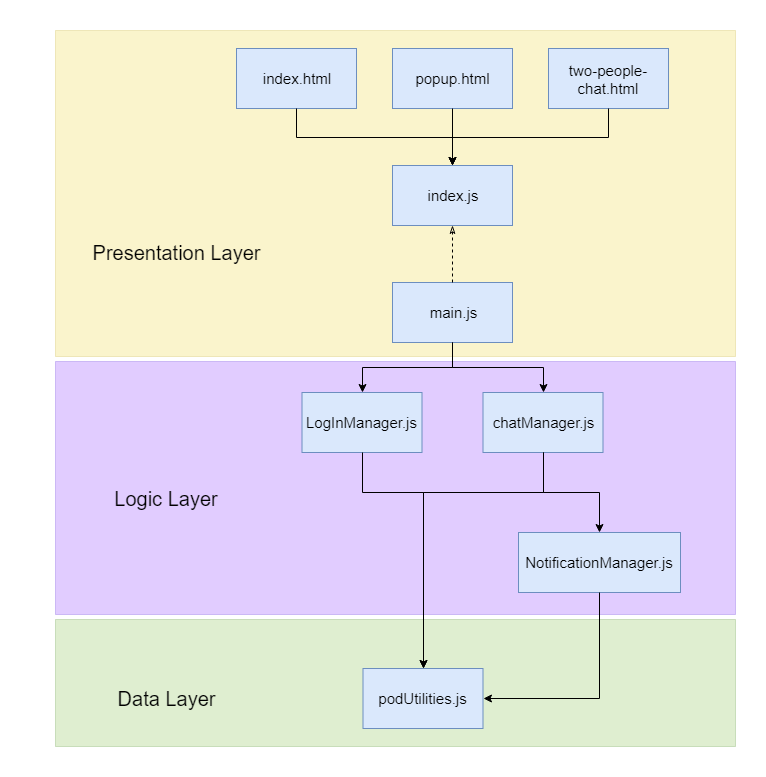
Above: adocs/images/tiers.png in Arquisoft/dechat_es5b (draw.io), before the change. Source tidied: cells renumbered, new cells last; positions are measured from the earlier drawing's top-left corner, leaving out a move shared by most shapes. Source of this version:
```xml
<mxGraphModel>
  <root>
    <mxCell id="0" />
    <mxCell id="1" parent="0" />
    <mxCell id="2" style="rounded=0;whiteSpace=wrap;html=1;fillColor=#60a917;strokeColor=#2D7600;fontColor=#ffffff;opacity=20;" parent="1" vertex="1">
      <mxGeometry x="25" y="589" width="680" height="127" as="geometry" />
    </mxCell>
    <mxCell id="3" style="rounded=0;whiteSpace=wrap;html=1;fillColor=#6a00ff;strokeColor=#3700CC;fontColor=#ffffff;opacity=20;" parent="1" vertex="1">
      <mxGeometry x="25" y="331" width="680" height="253" as="geometry" />
    </mxCell>
    <mxCell id="4" style="rounded=0;whiteSpace=wrap;html=1;fillColor=#e3c800;strokeColor=#B09500;fontColor=#ffffff;opacity=20;" parent="1" vertex="1">
      <mxGeometry x="25" width="680" height="326" as="geometry" />
    </mxCell>
    <mxCell id="5" value="&lt;font style=&quot;font-size: 15px&quot;&gt;main.js&lt;/font&gt;" style="rounded=0;whiteSpace=wrap;html=1;fillColor=#dae8fc;strokeColor=#6c8ebf;" parent="1" vertex="1">
      <mxGeometry x="362" y="252" width="120" height="60" as="geometry" />
    </mxCell>
    <mxCell id="6" value="&lt;font style=&quot;font-size: 15px&quot;&gt;LogInManager.js&lt;/font&gt;" style="rounded=0;whiteSpace=wrap;html=1;fillColor=#dae8fc;strokeColor=#6c8ebf;" parent="1" vertex="1">
      <mxGeometry x="271.5" y="362" width="120" height="60" as="geometry" />
    </mxCell>
    <mxCell id="7" value="&lt;font style=&quot;font-size: 15px&quot;&gt;chatManager.js&lt;/font&gt;" style="rounded=0;whiteSpace=wrap;html=1;fillColor=#dae8fc;strokeColor=#6c8ebf;" parent="1" vertex="1">
      <mxGeometry x="452.5" y="362" width="120" height="60" as="geometry" />
    </mxCell>
    <mxCell id="8" value="&lt;font style=&quot;font-size: 15px&quot;&gt;podUtilities.js&lt;/font&gt;" style="rounded=0;whiteSpace=wrap;html=1;fillColor=#dae8fc;strokeColor=#6c8ebf;" parent="1" vertex="1">
      <mxGeometry x="332.5" y="638" width="120" height="60" as="geometry" />
    </mxCell>
    <mxCell id="9" style="endArrow=classic;html=1;entryX=0.5;entryY=0;entryDx=0;entryDy=0;exitX=0.5;exitY=1;exitDx=0;exitDy=0;edgeStyle=orthogonalEdgeStyle;rounded=0;" parent="1" edge="1" source="5" target="6">
      <mxGeometry relative="1" as="geometry" />
    </mxCell>
    <mxCell id="10" style="endArrow=classic;html=1;entryX=0.5;entryY=0;entryDx=0;entryDy=0;exitX=0.5;exitY=1;exitDx=0;exitDy=0;edgeStyle=orthogonalEdgeStyle;rounded=0;" parent="1" edge="1" source="5" target="7">
      <mxGeometry relative="1" as="geometry" />
    </mxCell>
    <mxCell id="11" style="endArrow=classic;html=1;entryX=0.5;entryY=0;entryDx=0;entryDy=0;edgeStyle=orthogonalEdgeStyle;rounded=0;exitX=0.5;exitY=1;exitDx=0;exitDy=0;" parent="1" edge="1" source="7" target="8">
      <mxGeometry relative="1" as="geometry">
        <Array as="points">
          <mxPoint x="513" y="462" />
          <mxPoint x="393" y="462" />
        </Array>
      </mxGeometry>
    </mxCell>
    <mxCell id="12" style="endArrow=classic;html=1;entryX=0.5;entryY=0;entryDx=0;entryDy=0;edgeStyle=orthogonalEdgeStyle;rounded=0;exitX=0.5;exitY=1;exitDx=0;exitDy=0;" parent="1" edge="1" source="6" target="8">
      <mxGeometry relative="1" as="geometry">
        <Array as="points">
          <mxPoint x="332" y="462" />
          <mxPoint x="393" y="462" />
        </Array>
      </mxGeometry>
    </mxCell>
    <mxCell id="13" value="&lt;font style=&quot;font-size: 15px&quot;&gt;NotificationManager.js&lt;/font&gt;" style="rounded=0;whiteSpace=wrap;html=1;fillColor=#dae8fc;strokeColor=#6c8ebf;" parent="1" vertex="1">
      <mxGeometry x="488" y="502" width="162" height="60" as="geometry" />
    </mxCell>
    <mxCell id="14" style="endArrow=classic;html=1;entryX=0.5;entryY=0;entryDx=0;entryDy=0;edgeStyle=orthogonalEdgeStyle;rounded=0;exitX=0.5;exitY=1;exitDx=0;exitDy=0;" parent="1" edge="1" source="7" target="13">
      <mxGeometry relative="1" as="geometry" />
    </mxCell>
    <mxCell id="15" style="endArrow=classic;html=1;entryX=1;entryY=0.5;entryDx=0;entryDy=0;edgeStyle=orthogonalEdgeStyle;rounded=0;exitX=0.5;exitY=1;exitDx=0;exitDy=0;" parent="1" edge="1" source="13" target="8">
      <mxGeometry relative="1" as="geometry" />
    </mxCell>
    <mxCell id="16" value="&lt;font style=&quot;font-size: 15px&quot;&gt;index.html&lt;/font&gt;" style="rounded=0;whiteSpace=wrap;html=1;fillColor=#dae8fc;strokeColor=#6c8ebf;" parent="1" vertex="1">
      <mxGeometry x="206" y="18" width="120" height="60" as="geometry" />
    </mxCell>
    <mxCell id="17" value="&lt;font style=&quot;font-size: 15px&quot;&gt;popup.html&lt;/font&gt;" style="rounded=0;whiteSpace=wrap;html=1;fillColor=#dae8fc;strokeColor=#6c8ebf;" parent="1" vertex="1">
      <mxGeometry x="362" y="18" width="120" height="60" as="geometry" />
    </mxCell>
    <mxCell id="18" value="&lt;font style=&quot;font-size: 15px&quot;&gt;two-people-chat.html&lt;/font&gt;" style="rounded=0;whiteSpace=wrap;html=1;fillColor=#dae8fc;strokeColor=#6c8ebf;" parent="1" vertex="1">
      <mxGeometry x="518" y="18" width="120" height="60" as="geometry" />
    </mxCell>
    <mxCell id="19" value="&lt;font style=&quot;font-size: 15px&quot;&gt;index.js&lt;/font&gt;" style="rounded=0;whiteSpace=wrap;html=1;fillColor=#dae8fc;strokeColor=#6c8ebf;" parent="1" vertex="1">
      <mxGeometry x="362" y="135" width="120" height="60" as="geometry" />
    </mxCell>
    <mxCell id="20" style="endArrow=classicThin;html=1;entryX=0.5;entryY=1;entryDx=0;entryDy=0;exitX=0.5;exitY=0;exitDx=0;exitDy=0;dashed=1;endFill=0;" parent="1" edge="1" source="5" target="19">
      <mxGeometry relative="1" as="geometry" />
    </mxCell>
    <mxCell id="21" style="endArrow=classic;html=1;entryX=0.5;entryY=0;entryDx=0;entryDy=0;exitX=0.5;exitY=1;exitDx=0;exitDy=0;edgeStyle=orthogonalEdgeStyle;rounded=0;" parent="1" edge="1" source="16" target="19">
      <mxGeometry relative="1" as="geometry" />
    </mxCell>
    <mxCell id="22" style="endArrow=classic;html=1;entryX=0.5;entryY=0;entryDx=0;entryDy=0;exitX=0.5;exitY=1;exitDx=0;exitDy=0;edgeStyle=orthogonalEdgeStyle;rounded=0;" parent="1" edge="1" source="17" target="19">
      <mxGeometry relative="1" as="geometry" />
    </mxCell>
    <mxCell id="23" style="endArrow=classic;html=1;entryX=0.5;entryY=0;entryDx=0;entryDy=0;exitX=0.5;exitY=1;exitDx=0;exitDy=0;edgeStyle=orthogonalEdgeStyle;rounded=0;" parent="1" edge="1" source="18" target="19">
      <mxGeometry relative="1" as="geometry" />
    </mxCell>
    <mxCell id="24" value="Presentation Layer" style="text;html=1;strokeColor=none;fillColor=none;align=center;verticalAlign=middle;whiteSpace=wrap;rounded=0;opacity=20;fontSize=20;" parent="1" vertex="1">
      <mxGeometry y="212" width="291" height="20" as="geometry" />
    </mxCell>
    <mxCell id="25" value="Logic Layer" style="text;html=1;strokeColor=none;fillColor=none;align=center;verticalAlign=middle;whiteSpace=wrap;rounded=0;opacity=20;fontSize=20;" parent="1" vertex="1">
      <mxGeometry x="36" y="457.5" width="199" height="20" as="geometry" />
    </mxCell>
    <mxCell id="26" value="Data Layer" style="text;html=1;strokeColor=none;fillColor=none;align=center;verticalAlign=middle;whiteSpace=wrap;rounded=0;opacity=20;fontSize=20;" parent="1" vertex="1">
      <mxGeometry x="65" y="658" width="141" height="20" as="geometry" />
    </mxCell>
  </root>
</mxGraphModel>
```
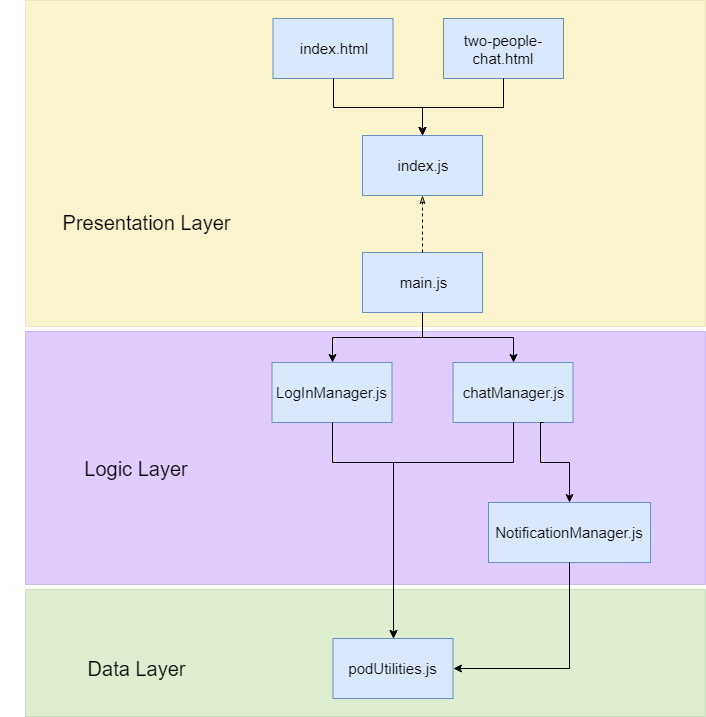
After the commit.

What changed in the source:
```diff
@@ -48,20 +48,23 @@
     <mxCell id="13" value="&lt;font style=&quot;font-size: 15px&quot;&gt;NotificationManager.js&lt;/font&gt;" style="rounded=0;whiteSpace=wrap;html=1;fillColor=#dae8fc;strokeColor=#6c8ebf;" parent="1" vertex="1">
       <mxGeometry x="488" y="502" width="162" height="60" as="geometry" />
     </mxCell>
-    <mxCell id="14" style="endArrow=classic;html=1;entryX=0.5;entryY=0;entryDx=0;entryDy=0;edgeStyle=orthogonalEdgeStyle;rounded=0;exitX=0.5;exitY=1;exitDx=0;exitDy=0;" parent="1" edge="1" source="7" target="13">
-      <mxGeometry relative="1" as="geometry" />
+    <mxCell id="14" style="endArrow=classic;html=1;entryX=0.5;entryY=0;entryDx=0;entryDy=0;edgeStyle=orthogonalEdgeStyle;rounded=0;exitX=0.75;exitY=1;exitDx=0;exitDy=0;" parent="1" edge="1" source="7" target="13">
+      <mxGeometry relative="1" as="geometry">
+        <Array as="points">
+          <mxPoint x="540" y="422" />
+          <mxPoint x="540" y="462" />
+          <mxPoint x="569" y="462" />
+        </Array>
+      </mxGeometry>
     </mxCell>
     <mxCell id="15" style="endArrow=classic;html=1;entryX=1;entryY=0.5;entryDx=0;entryDy=0;edgeStyle=orthogonalEdgeStyle;rounded=0;exitX=0.5;exitY=1;exitDx=0;exitDy=0;" parent="1" edge="1" source="13" target="8">
       <mxGeometry relative="1" as="geometry" />
     </mxCell>
     <mxCell id="16" value="&lt;font style=&quot;font-size: 15px&quot;&gt;index.html&lt;/font&gt;" style="rounded=0;whiteSpace=wrap;html=1;fillColor=#dae8fc;strokeColor=#6c8ebf;" parent="1" vertex="1">
-      <mxGeometry x="206" y="18" width="120" height="60" as="geometry" />
+      <mxGeometry x="272.5" y="18" width="120" height="60" as="geometry" />
     </mxCell>
-    <mxCell id="17" value="&lt;font style=&quot;font-size: 15px&quot;&gt;popup.html&lt;/font&gt;" style="rounded=0;whiteSpace=wrap;html=1;fillColor=#dae8fc;strokeColor=#6c8ebf;" parent="1" vertex="1">
-      <mxGeometry x="362" y="18" width="120" height="60" as="geometry" />
-    </mxCell>
     <mxCell id="18" value="&lt;font style=&quot;font-size: 15px&quot;&gt;two-people-chat.html&lt;/font&gt;" style="rounded=0;whiteSpace=wrap;html=1;fillColor=#dae8fc;strokeColor=#6c8ebf;" parent="1" vertex="1">
-      <mxGeometry x="518" y="18" width="120" height="60" as="geometry" />
+      <mxGeometry x="443" y="18" width="120" height="60" as="geometry" />
     </mxCell>
     <mxCell id="19" value="&lt;font style=&quot;font-size: 15px&quot;&gt;index.js&lt;/font&gt;" style="rounded=0;whiteSpace=wrap;html=1;fillColor=#dae8fc;strokeColor=#6c8ebf;" parent="1" vertex="1">
       <mxGeometry x="362" y="135" width="120" height="60" as="geometry" />
@@ -72,8 +75,10 @@
     <mxCell id="21" style="endArrow=classic;html=1;entryX=0.5;entryY=0;entryDx=0;entryDy=0;exitX=0.5;exitY=1;exitDx=0;exitDy=0;edgeStyle=orthogonalEdgeStyle;rounded=0;" parent="1" edge="1" source="16" target="19">
       <mxGeometry relative="1" as="geometry" />
     </mxCell>
-    <mxCell id="22" style="endArrow=classic;html=1;entryX=0.5;entryY=0;entryDx=0;entryDy=0;exitX=0.5;exitY=1;exitDx=0;exitDy=0;edgeStyle=orthogonalEdgeStyle;rounded=0;" parent="1" edge="1" source="17" target="19">
-      <mxGeometry relative="1" as="geometry" />
+    <mxCell id="22" style="endArrow=classic;html=1;entryX=0.5;entryY=0;entryDx=0;entryDy=0;edgeStyle=orthogonalEdgeStyle;rounded=0;" parent="1" edge="1" target="19">
+      <mxGeometry relative="1" as="geometry">
+        <mxPoint x="422" y="107" as="sourcePoint" />
+      </mxGeometry>
     </mxCell>
     <mxCell id="23" style="endArrow=classic;html=1;entryX=0.5;entryY=0;entryDx=0;entryDy=0;exitX=0.5;exitY=1;exitDx=0;exitDy=0;edgeStyle=orthogonalEdgeStyle;rounded=0;" parent="1" edge="1" source="18" target="19">
       <mxGeometry relative="1" as="geometry" />
```
